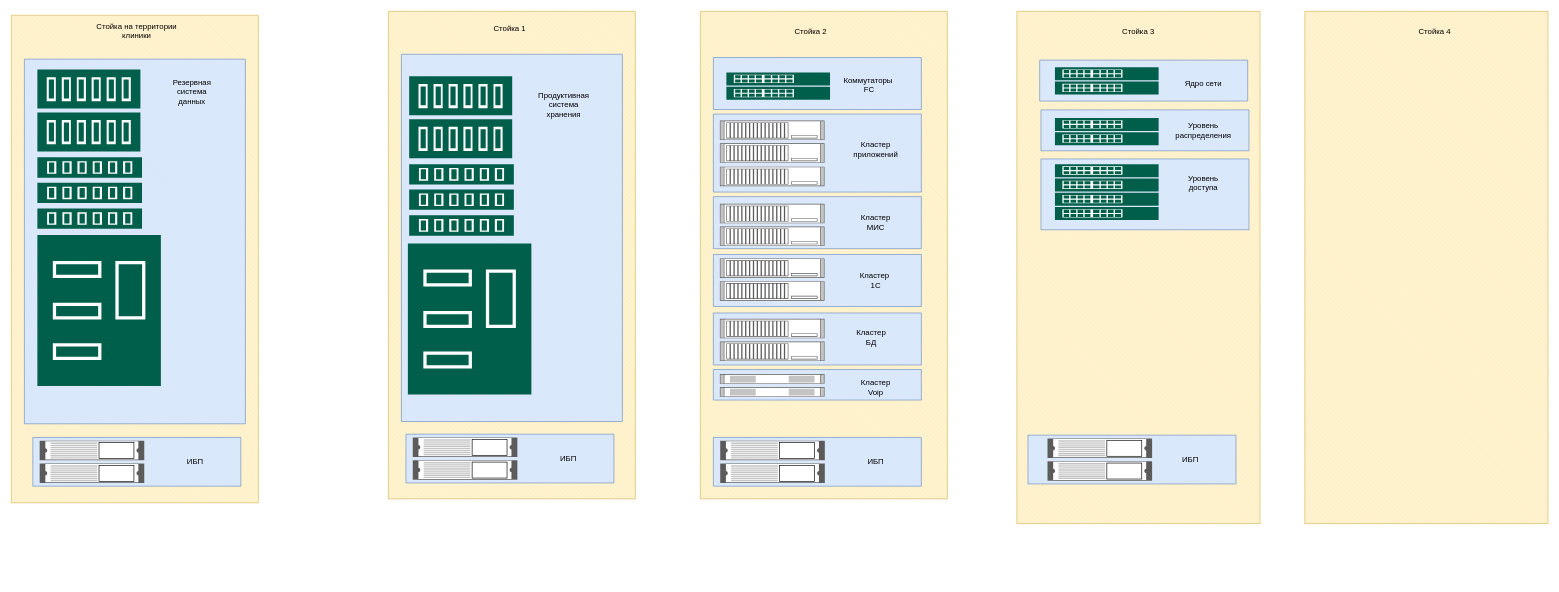
Earlier version of the draw.io diagram page "Racks" (4 of 4) of Untitled Diagram.drawio (morzhov/trinity). Source tidied: cells renumbered, new cells numbered last; positions are measured from the earlier drawing's top-left corner, leaving out a move shared by most shapes. Both pictures are drawn from the tidied source at 65%, with x=0, y=0 at pixel (11, 11).
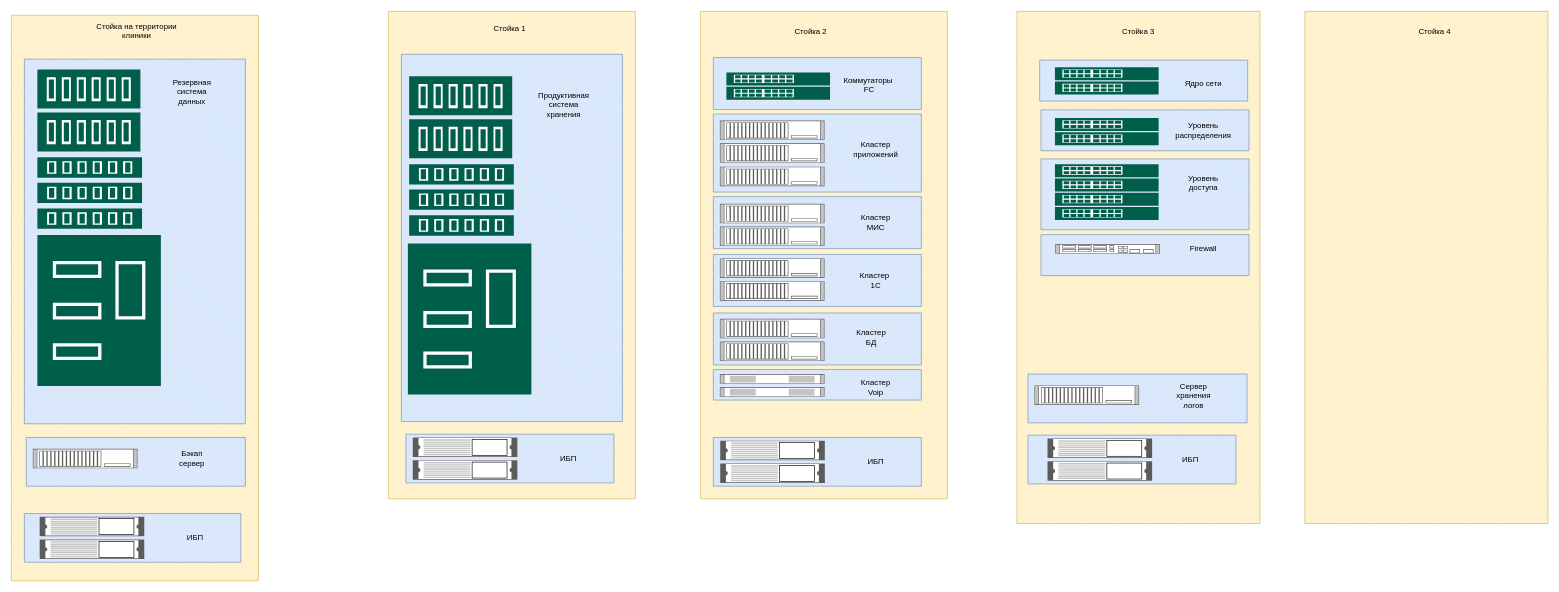
The same page after the edit.

Diff of the diagram source:
```diff
@@
+    <mxCell id="79" style="verticalLabelPosition=bottom;verticalAlign=top;html=1;shape=mxgraph.basic.patternFillRect;fillStyle=diagRev;step=5;fillStrokeWidth=0.2;fillStrokeColor=#dddddd;fillColor=#dae8fc;strokeColor=#6c8ebf;" parent="1" vertex="1">
+      <mxGeometry x="1584" y="343.5" width="320" height="63" as="geometry" />
+    </mxCell>
+    <mxCell id="5" style="verticalLabelPosition=bottom;verticalAlign=top;html=1;shape=mxgraph.basic.patternFillRect;fillStyle=diagRev;step=5;fillStrokeWidth=0.2;fillStrokeColor=#dddddd;fillColor=#fff2cc;strokeColor=#d6b656;" parent="1" vertex="1">
+      <mxGeometry y="6" width="380" height="870" as="geometry" />
+    </mxCell>
+    <mxCell id="80" style="verticalLabelPosition=bottom;verticalAlign=top;html=1;shape=mxgraph.basic.patternFillRect;fillStyle=diagRev;step=5;fillStrokeWidth=0.2;fillStrokeColor=#dddddd;fillColor=#dae8fc;strokeColor=#6c8ebf;" parent="1" vertex="1">
+      <mxGeometry x="23" y="655.5" width="337" height="75" as="geometry" />
+    </mxCell>
@@
-    <mxCell id="5" style="verticalLabelPosition=bottom;verticalAlign=top;html=1;shape=mxgraph.basic.patternFillRect;fillStyle=diagRev;step=5;fillStrokeWidth=0.2;fillStrokeColor=#dddddd;fillColor=#fff2cc;strokeColor=#d6b656;" parent="1" vertex="1">
-      <mxGeometry y="6" width="380" height="750" as="geometry" />
-    </mxCell>
@@
     <mxCell id="69" style="verticalLabelPosition=bottom;verticalAlign=top;html=1;shape=mxgraph.basic.patternFillRect;fillStyle=diagRev;step=5;fillStrokeWidth=0.2;fillStrokeColor=#dddddd;fillColor=#dae8fc;strokeColor=#6c8ebf;" parent="1" vertex="1">
-      <mxGeometry x="33" y="655.5" width="320" height="75" as="geometry" />
+      <mxGeometry x="20" y="772.5" width="333" height="75" as="geometry" />
     </mxCell>
     <mxCell id="70" style="shape=mxgraph.rack.apc.apc_smart_ups_1000-3000_va_2u;html=1;labelPosition=right;align=left;spacingLeft=15;dashed=0;shadow=0;fillColor=#ffffff;" parent="1" vertex="1">
-      <mxGeometry x="43.5" y="660.5" width="161" height="30" as="geometry" />
+      <mxGeometry x="43.5" y="777.5" width="161" height="30" as="geometry" />
     </mxCell>
     <mxCell id="71" style="shape=mxgraph.rack.apc.apc_smart_ups_1000-3000_va_2u;html=1;labelPosition=right;align=left;spacingLeft=15;dashed=0;shadow=0;fillColor=#ffffff;" parent="1" vertex="1">
-      <mxGeometry x="43.5" y="695.5" width="161" height="30" as="geometry" />
+      <mxGeometry x="43.5" y="812.5" width="161" height="30" as="geometry" />
     </mxCell>
     <mxCell id="72" value="ИБП" style="text;strokeColor=none;align=center;fillColor=none;html=1;verticalAlign=middle;whiteSpace=wrap;rounded=0;" parent="1" vertex="1">
-      <mxGeometry x="253" y="678" width="60" height="30" as="geometry" />
+      <mxGeometry x="253" y="795" width="60" height="30" as="geometry" />
     </mxCell>
@@
+    <mxCell id="81" style="shape=mxgraph.rack.ibm.ibm_x3690;html=1;labelPosition=right;align=left;spacingLeft=15;dashed=0;shadow=0;fillColor=#ffffff;" parent="1" vertex="1">
+      <mxGeometry x="33" y="673" width="161" height="30" as="geometry" />
+    </mxCell>
+    <mxCell id="82" value="Бэкап сервер" style="text;strokeColor=none;align=center;fillColor=none;html=1;verticalAlign=middle;whiteSpace=wrap;rounded=0;" parent="1" vertex="1">
+      <mxGeometry x="248" y="673" width="60" height="30" as="geometry" />
+    </mxCell>
+    <mxCell id="83" style="verticalLabelPosition=bottom;verticalAlign=top;html=1;shape=mxgraph.basic.patternFillRect;fillStyle=diagRev;step=5;fillStrokeWidth=0.2;fillStrokeColor=#dddddd;fillColor=#dae8fc;strokeColor=#6c8ebf;" parent="1" vertex="1">
+      <mxGeometry x="1564" y="558" width="337" height="75" as="geometry" />
+    </mxCell>
+    <mxCell id="84" style="shape=mxgraph.rack.ibm.ibm_x3690;html=1;labelPosition=right;align=left;spacingLeft=15;dashed=0;shadow=0;fillColor=#ffffff;" parent="1" vertex="1">
+      <mxGeometry x="1574" y="575.5" width="161" height="30" as="geometry" />
+    </mxCell>
+    <mxCell id="85" value="Сервер хранения логов" style="text;strokeColor=none;align=center;fillColor=none;html=1;verticalAlign=middle;whiteSpace=wrap;rounded=0;" parent="1" vertex="1">
+      <mxGeometry x="1789" y="575.5" width="60" height="30" as="geometry" />
+    </mxCell>
+    <mxCell id="86" style="shape=mxgraph.rack.cisco.cisco_catalyst_4928_10_gigabit_ethernet_switch;html=1;labelPosition=right;align=left;spacingLeft=15;dashed=0;shadow=0;fillColor=#ffffff;" parent="1" vertex="1">
+      <mxGeometry x="1606" y="358" width="161" height="15" as="geometry" />
+    </mxCell>
+    <mxCell id="87" value="Firewall" style="text;strokeColor=none;align=center;fillColor=none;html=1;verticalAlign=middle;whiteSpace=wrap;rounded=0;" parent="1" vertex="1">
+      <mxGeometry x="1804" y="350" width="60" height="30" as="geometry" />
+    </mxCell>
```
